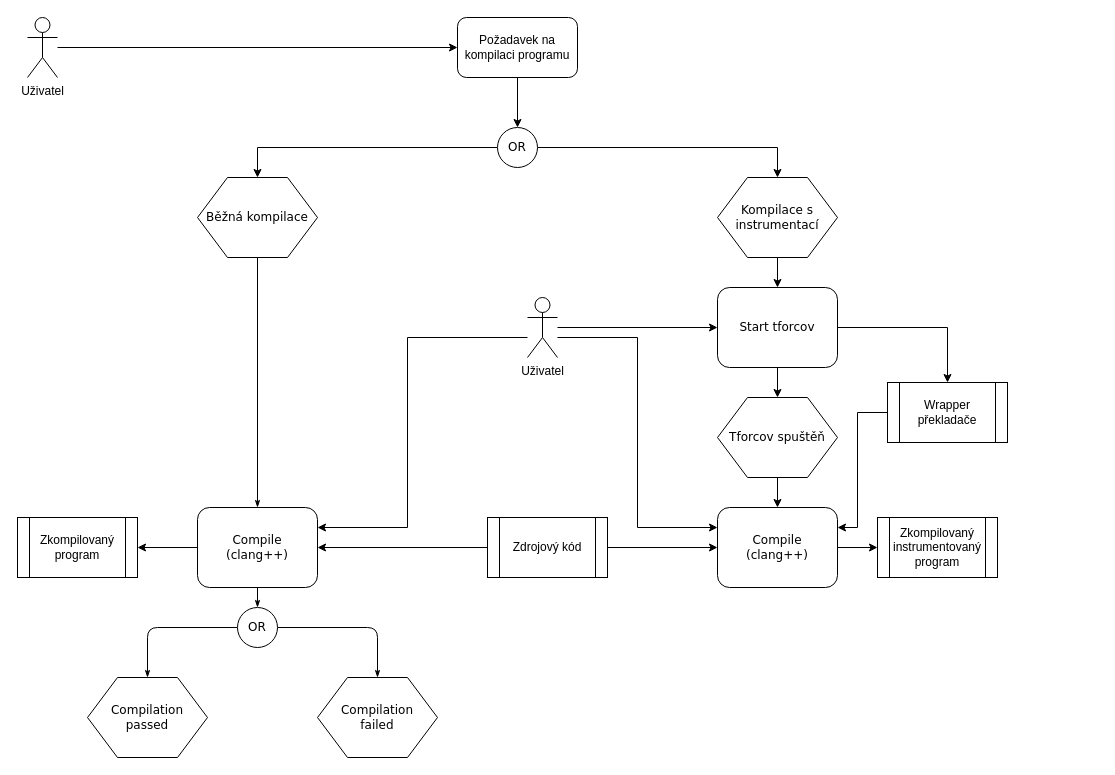
The draw.io diagram epc_compile.drawio in petkapou/DIP_diagrams, before the edit. Source tidied: cells renumbered, new cells numbered last; positions are measured from the earlier drawing's top-left corner, leaving out a move shared by most shapes. Both pictures are drawn from the tidied source at 100%, with x=0, y=0 at pixel (17, 17).
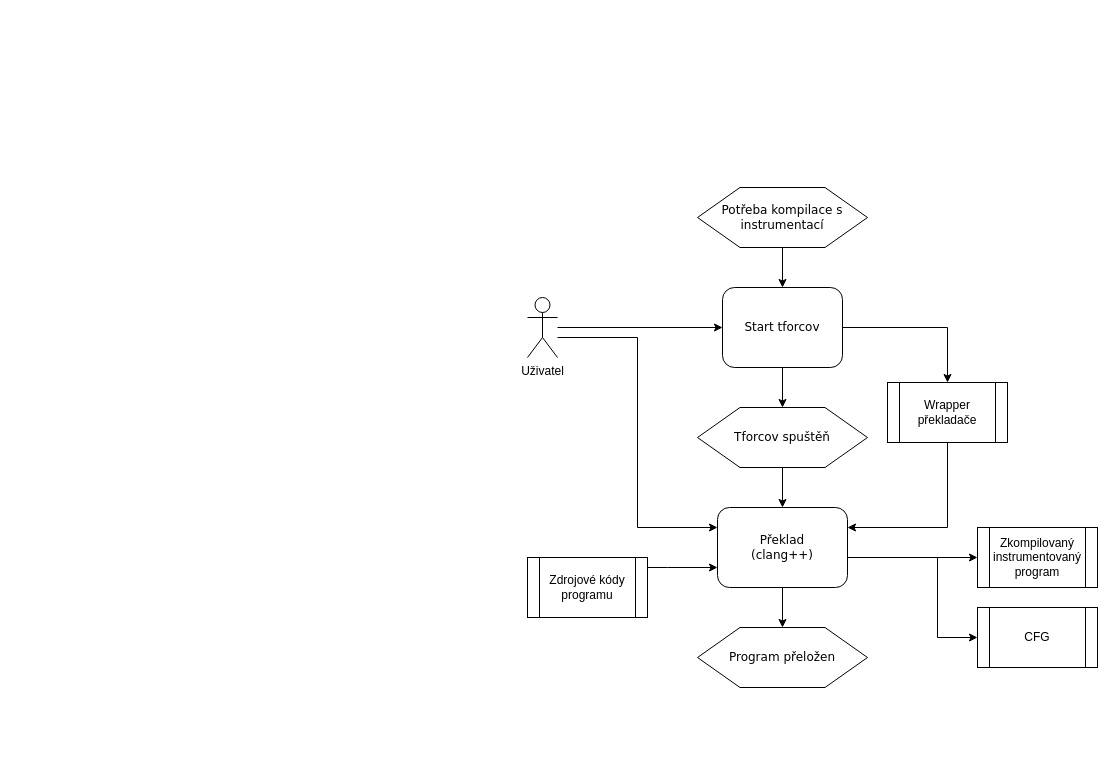
Above is the later version.

The change refers to these unchanged cells:
```xml
<mxCell id="18" value="Uživatel" style="shape=umlActor;verticalLabelPosition=bottom;verticalAlign=top;html=1;outlineConnect=0;" parent="1" vertex="1">
  <mxGeometry x="510" y="280" width="30" height="60" as="geometry" />
</mxCell>
<mxCell id="38" value="Wrapper překladače" style="shape=process;whiteSpace=wrap;html=1;backgroundOutline=1;" parent="1" vertex="1">
  <mxGeometry x="870" y="365" width="120" height="60" as="geometry" />
</mxCell>
```

What changed in the source:
```diff
@@
-    <mxCell id="2" style="edgeStyle=orthogonalEdgeStyle;rounded=1;html=1;labelBackgroundColor=none;startArrow=none;startFill=0;startSize=5;endArrow=classicThin;endFill=1;endSize=5;jettySize=auto;strokeWidth=1;fontFamily=Verdana;fontSize=8;" parent="1" edge="1" source="3" target="6">
-      <mxGeometry relative="1" as="geometry" />
-    </mxCell>
-    <mxCell id="3" value="Běžná kompilace" style="shape=hexagon;perimeter=hexagonPerimeter;whiteSpace=wrap;html=1;rounded=0;shadow=0;labelBackgroundColor=none;strokeWidth=1;fontFamily=Verdana;fontSize=12;align=center;" parent="1" vertex="1">
-      <mxGeometry x="180" y="160" width="120" height="80" as="geometry" />
-    </mxCell>
-    <mxCell id="4" style="edgeStyle=orthogonalEdgeStyle;rounded=1;html=1;labelBackgroundColor=none;startArrow=none;startFill=0;startSize=5;endArrow=classicThin;endFill=1;endSize=5;jettySize=auto;strokeWidth=1;fontFamily=Verdana;fontSize=8;" parent="1" edge="1" source="6" target="9">
-      <mxGeometry relative="1" as="geometry" />
-    </mxCell>
-    <mxCell id="5" style="edgeStyle=orthogonalEdgeStyle;rounded=0;jettySize=auto;html=1;" parent="1" edge="1" source="6" target="23">
-      <mxGeometry relative="1" as="geometry" />
-    </mxCell>
-    <mxCell id="6" value="Compile&lt;br&gt;(clang++)" style="rounded=1;whiteSpace=wrap;html=1;shadow=0;labelBackgroundColor=none;strokeWidth=1;fontFamily=Verdana;fontSize=12;align=center;" parent="1" vertex="1">
-      <mxGeometry x="180" y="490" width="120" height="80" as="geometry" />
-    </mxCell>
-    <mxCell id="7" style="edgeStyle=orthogonalEdgeStyle;rounded=1;html=1;labelBackgroundColor=none;startArrow=none;startFill=0;startSize=5;endArrow=classicThin;endFill=1;endSize=5;jettySize=auto;strokeWidth=1;fontFamily=Verdana;fontSize=8;" parent="1" edge="1" source="9" target="11">
-      <mxGeometry relative="1" as="geometry" />
-    </mxCell>
-    <mxCell id="8" style="edgeStyle=orthogonalEdgeStyle;rounded=1;html=1;labelBackgroundColor=none;startArrow=none;startFill=0;startSize=5;endArrow=classicThin;endFill=1;endSize=5;jettySize=auto;strokeWidth=1;fontFamily=Verdana;fontSize=8;" parent="1" edge="1" source="9" target="10">
-      <mxGeometry relative="1" as="geometry" />
-    </mxCell>
-    <mxCell id="9" value="OR" style="ellipse;whiteSpace=wrap;html=1;rounded=1;shadow=0;labelBackgroundColor=none;strokeWidth=1;fontFamily=Verdana;fontSize=12;align=center;" parent="1" vertex="1">
-      <mxGeometry x="220" y="590" width="40" height="40" as="geometry" />
-    </mxCell>
-    <mxCell id="10" value="Compilation&lt;br&gt;passed" style="shape=hexagon;perimeter=hexagonPerimeter;whiteSpace=wrap;html=1;rounded=0;shadow=0;labelBackgroundColor=none;strokeWidth=1;fontFamily=Verdana;fontSize=12;align=center;" parent="1" vertex="1">
-      <mxGeometry x="70" y="660" width="120" height="80" as="geometry" />
-    </mxCell>
-    <mxCell id="11" value="Compilation&lt;br&gt;failed" style="shape=hexagon;perimeter=hexagonPerimeter;whiteSpace=wrap;html=1;rounded=0;shadow=0;labelBackgroundColor=none;strokeWidth=1;fontFamily=Verdana;fontSize=12;align=center;" parent="1" vertex="1">
-      <mxGeometry x="300" y="660" width="120" height="80" as="geometry" />
-    </mxCell>
-    <mxCell id="12" style="edgeStyle=orthogonalEdgeStyle;rounded=0;jettySize=auto;html=1;" parent="1" edge="1" source="14" target="6">
-      <mxGeometry relative="1" as="geometry" />
-    </mxCell>
     <mxCell id="13" style="edgeStyle=orthogonalEdgeStyle;rounded=0;jettySize=auto;html=1;" parent="1" edge="1" source="14" target="33">
-      <mxGeometry relative="1" as="geometry" />
+      <mxGeometry relative="1" as="geometry">
+        <Array as="points">
+          <mxPoint x="650" y="550" />
+          <mxPoint x="650" y="550" />
+        </Array>
+      </mxGeometry>
     </mxCell>
-    <mxCell id="14" value="Zdrojový kód" style="shape=process;whiteSpace=wrap;html=1;backgroundOutline=1;" parent="1" vertex="1">
-      <mxGeometry x="470" y="500" width="120" height="60" as="geometry" />
+    <mxCell id="14" value="Zdrojové kódy programu" style="shape=process;whiteSpace=wrap;html=1;backgroundOutline=1;" parent="1" vertex="1">
+      <mxGeometry x="510" y="540" width="120" height="60" as="geometry" />
     </mxCell>
-    <mxCell id="15" style="edgeStyle=orthogonalEdgeStyle;rounded=0;jettySize=auto;html=1;" parent="1" edge="1" source="18" target="6">
-      <mxGeometry relative="1" as="geometry">
-        <Array as="points">
-          <mxPoint x="390" y="320" />
-          <mxPoint x="390" y="510" />
-        </Array>
-      </mxGeometry>
-    </mxCell>
@@
-    <mxCell id="19" style="edgeStyle=orthogonalEdgeStyle;rounded=0;jettySize=auto;html=1;" parent="1" edge="1" source="20" target="26">
-      <mxGeometry relative="1" as="geometry" />
-    </mxCell>
-    <mxCell id="20" value="Požadavek na kompilaci programu" style="rounded=1;whiteSpace=wrap;html=1;" parent="1" vertex="1">
-      <mxGeometry x="440" width="120" height="60" as="geometry" />
-    </mxCell>
-    <mxCell id="21" style="edgeStyle=orthogonalEdgeStyle;rounded=0;jettySize=auto;html=1;" parent="1" edge="1" source="22" target="20">
-      <mxGeometry relative="1" as="geometry" />
-    </mxCell>
-    <mxCell id="22" value="Uživatel" style="shape=umlActor;verticalLabelPosition=bottom;verticalAlign=top;html=1;outlineConnect=0;" parent="1" vertex="1">
-      <mxGeometry x="10" width="30" height="60" as="geometry" />
-    </mxCell>
-    <mxCell id="23" value="Zkompilovaný program" style="shape=process;whiteSpace=wrap;html=1;backgroundOutline=1;" parent="1" vertex="1">
-      <mxGeometry y="500" width="120" height="60" as="geometry" />
-    </mxCell>
-    <mxCell id="24" style="edgeStyle=orthogonalEdgeStyle;rounded=0;jettySize=auto;html=1;" parent="1" edge="1" source="26" target="3">
-      <mxGeometry relative="1" as="geometry" />
-    </mxCell>
-    <mxCell id="25" style="edgeStyle=orthogonalEdgeStyle;rounded=0;jettySize=auto;html=1;" parent="1" edge="1" source="26" target="28">
-      <mxGeometry relative="1" as="geometry" />
-    </mxCell>
-    <mxCell id="26" value="OR" style="ellipse;whiteSpace=wrap;html=1;rounded=1;shadow=0;labelBackgroundColor=none;strokeWidth=1;fontFamily=Verdana;fontSize=12;align=center;" parent="1" vertex="1">
-      <mxGeometry x="480" y="110" width="40" height="40" as="geometry" />
-    </mxCell>
@@
-    <mxCell id="28" value="Kompilace s instrumentací" style="shape=hexagon;perimeter=hexagonPerimeter;whiteSpace=wrap;html=1;rounded=0;shadow=0;labelBackgroundColor=none;strokeWidth=1;fontFamily=Verdana;fontSize=12;align=center;" parent="1" vertex="1">
-      <mxGeometry x="700" y="160" width="120" height="80" as="geometry" />
+    <mxCell id="28" value="Potřeba kompilace s instrumentací" style="shape=hexagon;perimeter=hexagonPerimeter;whiteSpace=wrap;html=1;rounded=0;shadow=0;labelBackgroundColor=none;strokeWidth=1;fontFamily=Verdana;fontSize=12;align=center;" parent="1" vertex="1">
+      <mxGeometry x="680" y="170" width="170" height="60" as="geometry" />
     </mxCell>
@@
     <mxCell id="31" value="Start tforcov" style="rounded=1;whiteSpace=wrap;html=1;shadow=0;labelBackgroundColor=none;strokeWidth=1;fontFamily=Verdana;fontSize=12;align=center;" parent="1" vertex="1">
-      <mxGeometry x="700" y="270" width="120" height="80" as="geometry" />
+      <mxGeometry x="705" y="270" width="120" height="80" as="geometry" />
     </mxCell>
     <mxCell id="32" style="edgeStyle=orthogonalEdgeStyle;rounded=0;jettySize=auto;html=1;" parent="1" edge="1" source="33" target="34">
-      <mxGeometry relative="1" as="geometry" />
+      <mxGeometry relative="1" as="geometry">
+        <Array as="points">
+          <mxPoint x="900" y="540" />
+          <mxPoint x="900" y="540" />
+        </Array>
+      </mxGeometry>
     </mxCell>
+    <mxCell id="39" style="edgeStyle=orthogonalEdgeStyle;rounded=0;jettySize=auto;html=1;" parent="1" edge="1" source="33" target="41">
+      <mxGeometry relative="1" as="geometry">
+        <Array as="points">
+          <mxPoint x="920" y="540" />
+          <mxPoint x="920" y="620" />
+        </Array>
+      </mxGeometry>
+    </mxCell>
+    <mxCell id="40" style="edgeStyle=orthogonalEdgeStyle;rounded=0;jettySize=auto;html=1;" parent="1" edge="1" source="33" target="42">
+      <mxGeometry relative="1" as="geometry" />
+    </mxCell>
-    <mxCell id="33" value="Compile&lt;br&gt;(clang++)" style="rounded=1;whiteSpace=wrap;html=1;shadow=0;labelBackgroundColor=none;strokeWidth=1;fontFamily=Verdana;fontSize=12;align=center;" parent="1" vertex="1">
-      <mxGeometry x="700" y="490" width="120" height="80" as="geometry" />
+    <mxCell id="33" value="Překlad&lt;br&gt;(clang++)" style="rounded=1;whiteSpace=wrap;html=1;shadow=0;labelBackgroundColor=none;strokeWidth=1;fontFamily=Verdana;fontSize=12;align=center;" parent="1" vertex="1">
+      <mxGeometry x="700" y="490" width="130" height="80" as="geometry" />
     </mxCell>
     <mxCell id="34" value="Zkompilovaný instrumentovaný program" style="shape=process;whiteSpace=wrap;html=1;backgroundOutline=1;" parent="1" vertex="1">
-      <mxGeometry x="860" y="500" width="120" height="60" as="geometry" />
+      <mxGeometry x="960" y="510" width="120" height="60" as="geometry" />
     </mxCell>
@@
     <mxCell id="36" value="Tforcov spuštěň" style="shape=hexagon;perimeter=hexagonPerimeter;whiteSpace=wrap;html=1;rounded=0;shadow=0;labelBackgroundColor=none;strokeWidth=1;fontFamily=Verdana;fontSize=12;align=center;" parent="1" vertex="1">
-      <mxGeometry x="700" y="380" width="120" height="80" as="geometry" />
+      <mxGeometry x="680" y="390" width="170" height="60" as="geometry" />
     </mxCell>
     <mxCell id="37" style="edgeStyle=orthogonalEdgeStyle;rounded=0;jettySize=auto;html=1;" parent="1" edge="1" source="38" target="33">
       <mxGeometry relative="1" as="geometry">
         <Array as="points">
-          <mxPoint x="840" y="395" />
-          <mxPoint x="840" y="510" />
+          <mxPoint x="930" y="510" />
         </Array>
       </mxGeometry>
     </mxCell>
@@
+    <mxCell id="41" value="CFG" style="shape=process;whiteSpace=wrap;html=1;backgroundOutline=1;" parent="1" vertex="1">
+      <mxGeometry x="960" y="590" width="120" height="60" as="geometry" />
+    </mxCell>
+    <mxCell id="42" value="Program přeložen" style="shape=hexagon;perimeter=hexagonPerimeter;whiteSpace=wrap;html=1;rounded=0;shadow=0;labelBackgroundColor=none;strokeWidth=1;fontFamily=Verdana;fontSize=12;align=center;" parent="1" vertex="1">
+      <mxGeometry x="680" y="610" width="170" height="60" as="geometry" />
+    </mxCell>
```
